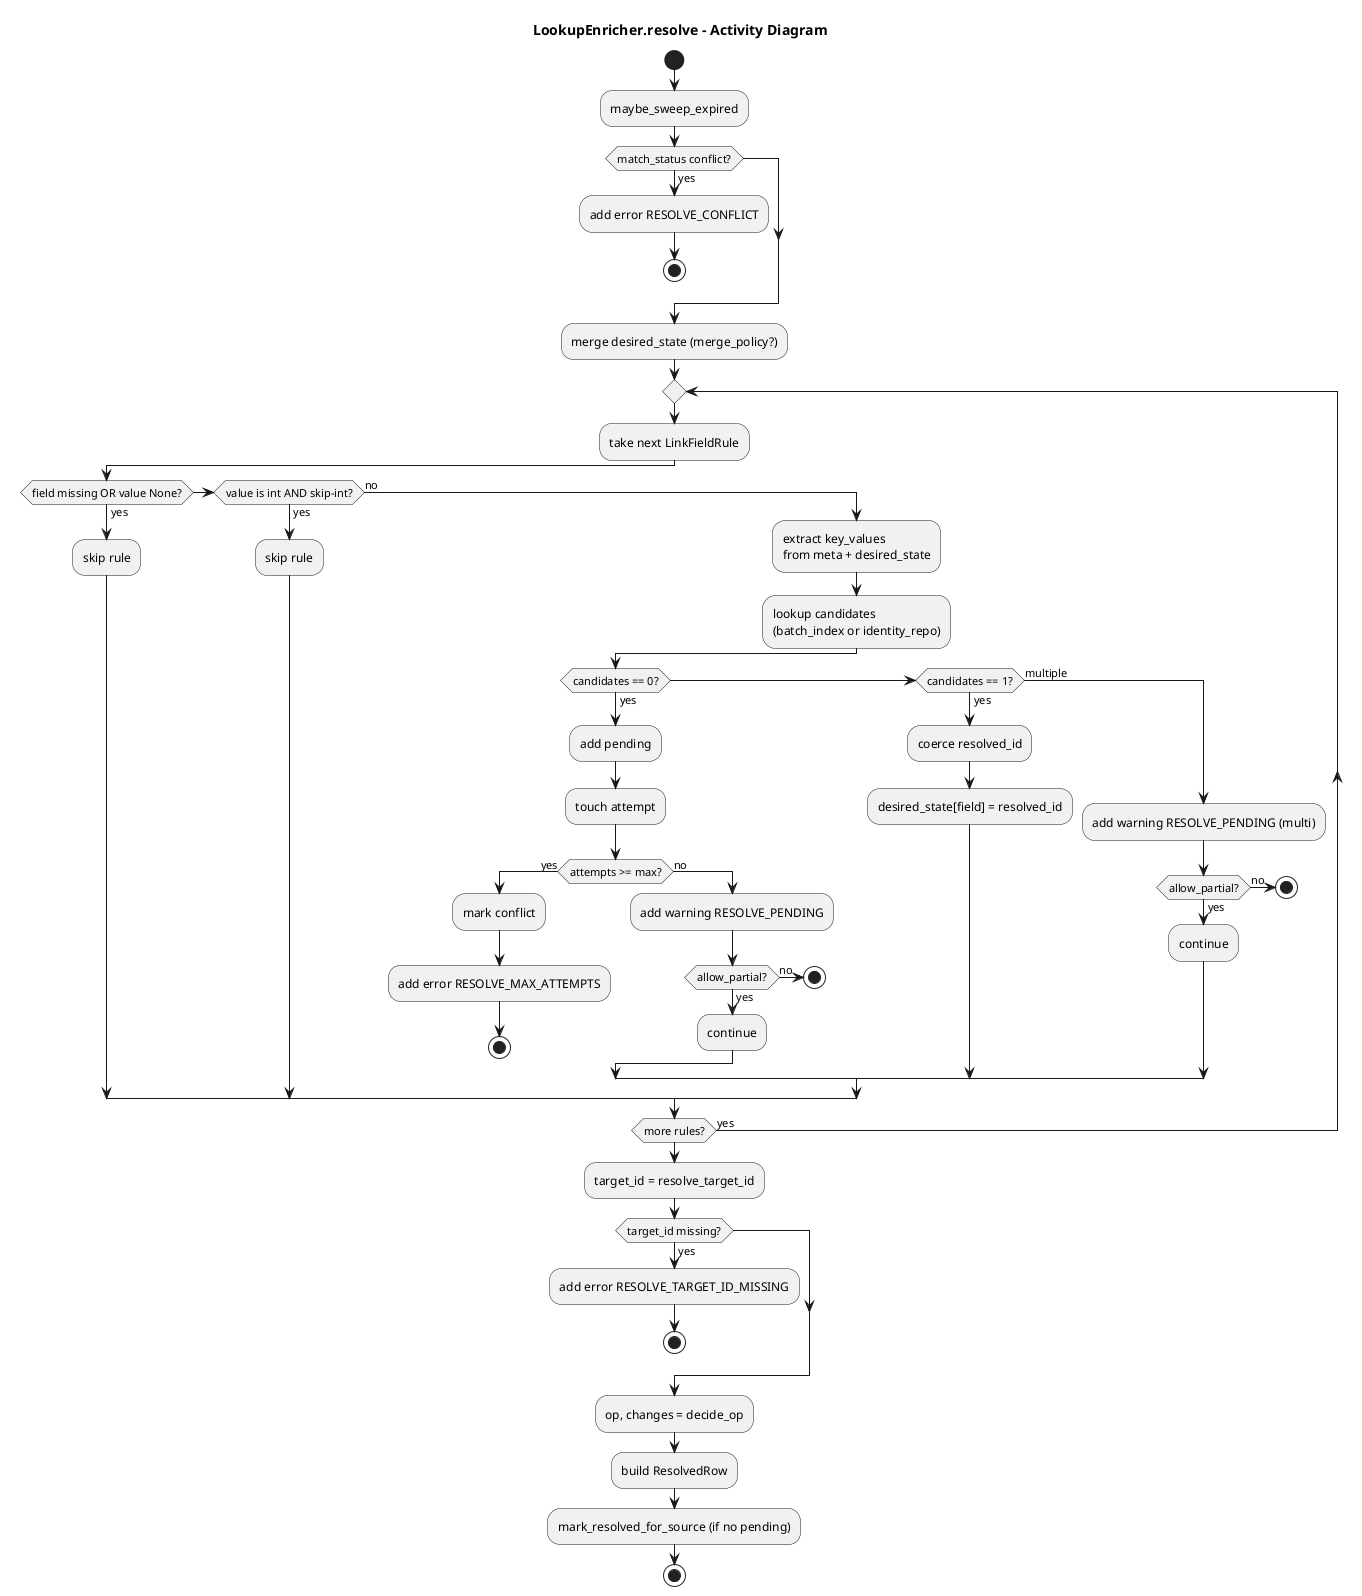
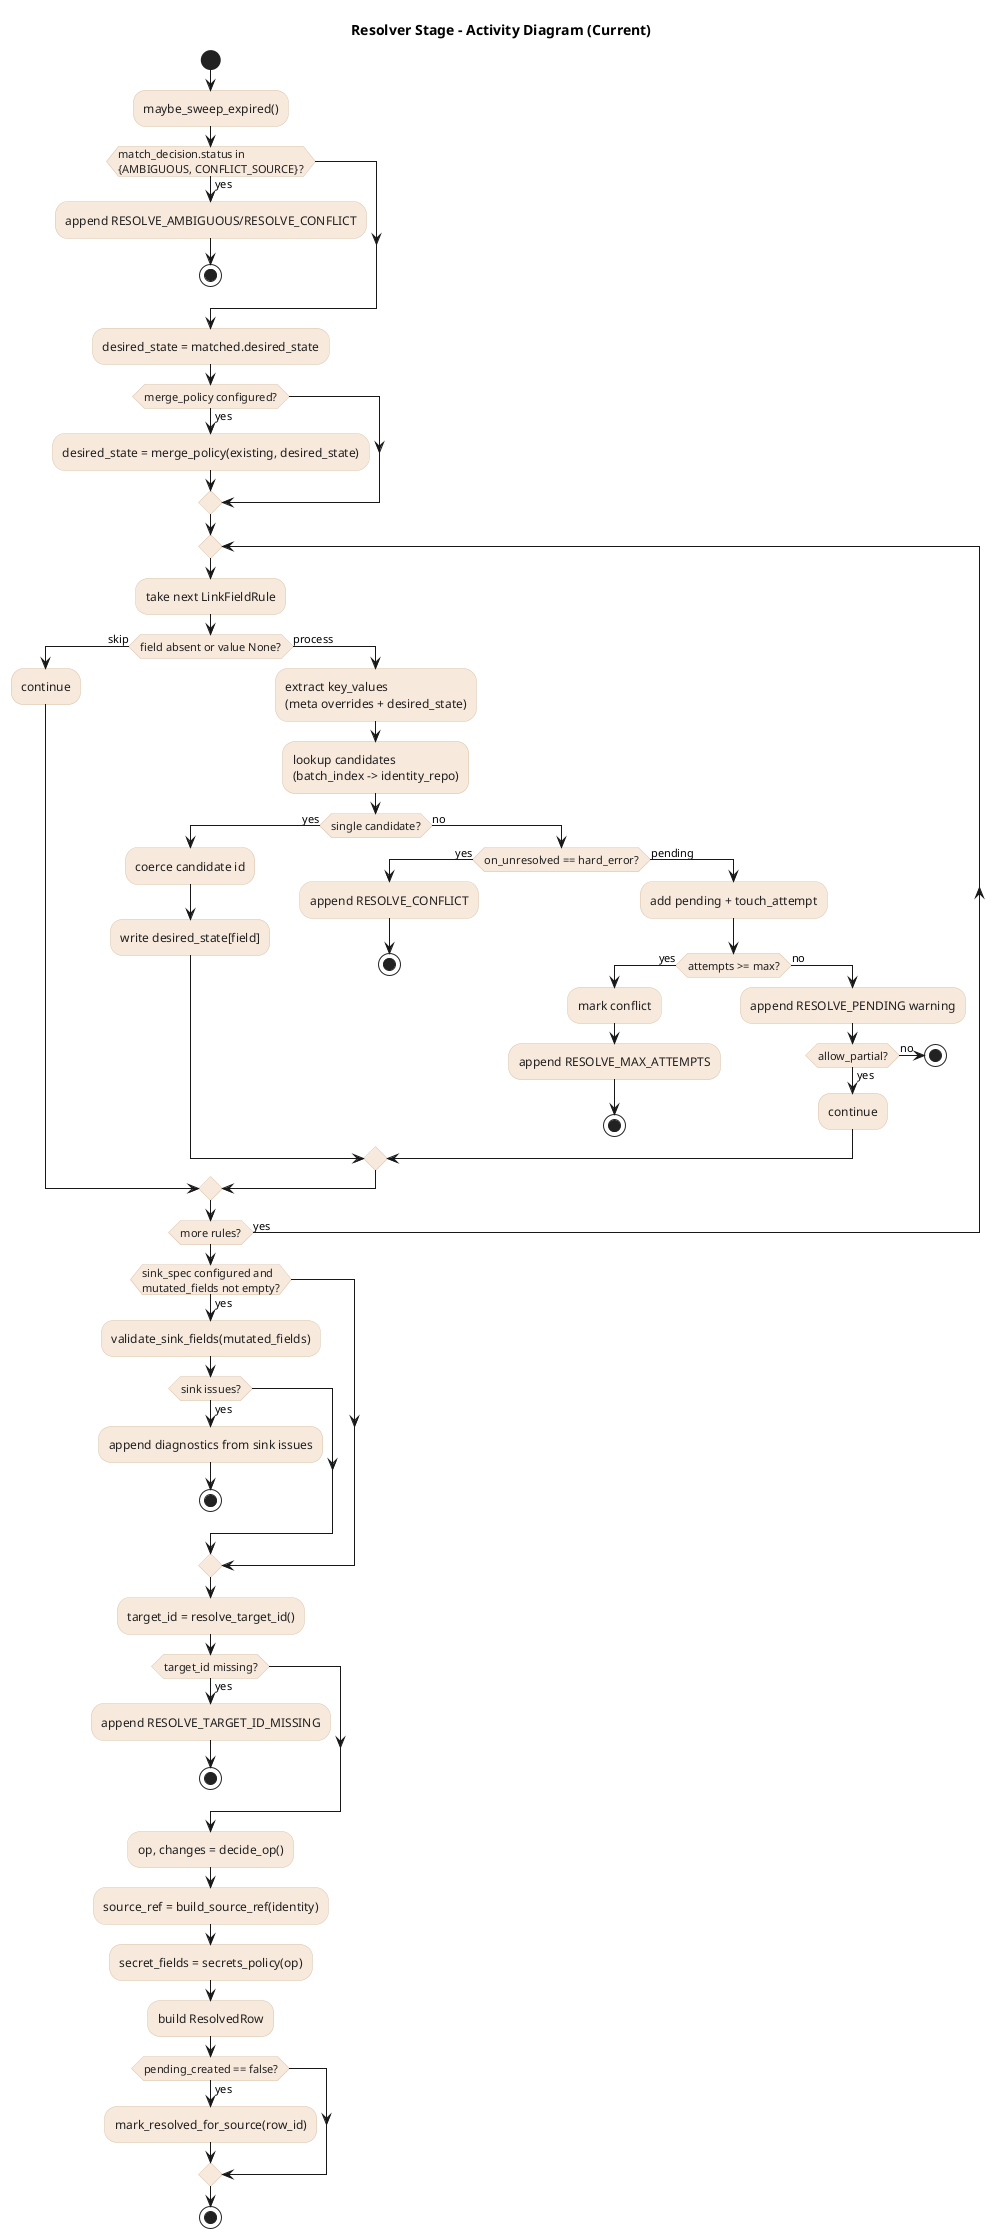
@startuml
- title LookupEnricher.resolve - Activity Diagram
+ title Resolver Stage - Activity Diagram (Current)
+ skinparam backgroundColor white
+ skinparam linetype ortho
+ skinparam defaultFontName Arial
+ skinparam activity {
+   BackgroundColor #f7e9dc
+   BorderColor #d9c2a8
+   FontColor #1f1f1f
+ }

start
- :maybe_sweep_expired;
+ :maybe_sweep_expired();

- if (match_status conflict?) then (yes)
-   :add error RESOLVE_CONFLICT;
+ if (match_decision.status in\n{AMBIGUOUS, CONFLICT_SOURCE}?) then (yes)
+   :append RESOLVE_AMBIGUOUS/RESOLVE_CONFLICT;
  stop
endif

- :merge desired_state (merge_policy?);
+ :desired_state = matched.desired_state;
+ if (merge_policy configured?) then (yes)
+   :desired_state = merge_policy(existing, desired_state);
+ endif

repeat
  :take next LinkFieldRule;
-   if (field missing OR value None?) then (yes)
-     :skip rule;
-   elseif (value is int AND skip-int?) then (yes)
-     :skip rule;
-   else (no)
-     :extract key_values
- from meta + desired_state;
-     :lookup candidates
- (batch_index or identity_repo);
-     if (candidates == 0?) then (yes)
-       :add pending;
-       :touch attempt;
-       if (attempts >= max?) then (yes)
-         :mark conflict;
-         :add error RESOLVE_MAX_ATTEMPTS;
+   if (field absent or value None?) then (skip)
+     :continue;
+   else (process)
+     :extract key_values\n(meta overrides + desired_state);
+     :lookup candidates\n(batch_index -> identity_repo);
+     if (single candidate?) then (yes)
+       :coerce candidate id;
+       :write desired_state[field];
+     else (no)
+       if (on_unresolved == hard_error?) then (yes)
+         :append RESOLVE_CONFLICT;
        stop
-       else (no)
-         :add warning RESOLVE_PENDING;
-         if (allow_partial?) then (yes)
-           :continue;
+       else (pending)
+         :add pending + touch_attempt;
+         if (attempts >= max?) then (yes)
+           :mark conflict;
+           :append RESOLVE_MAX_ATTEMPTS;
+           stop
        else (no)
-           stop
+           :append RESOLVE_PENDING warning;
+           if (allow_partial?) then (yes)
+             :continue;
+           else (no)
+             stop
+           endif
        endif
-       endif
-     elseif (candidates == 1?) then (yes)
-       :coerce resolved_id;
-       :desired_state[field] = resolved_id;
-     else (multiple)
-       :add warning RESOLVE_PENDING (multi);
-       if (allow_partial?) then (yes)
-         :continue;
-       else (no)
-         stop
      endif
    endif
  endif
repeat while (more rules?) is (yes)

- :target_id = resolve_target_id;
+ if (sink_spec configured and\nmutated_fields not empty?) then (yes)
+   :validate_sink_fields(mutated_fields);
+   if (sink issues?) then (yes)
+     :append diagnostics from sink issues;
+     stop
+   endif
+ endif
+ 
+ :target_id = resolve_target_id();
if (target_id missing?) then (yes)
-   :add error RESOLVE_TARGET_ID_MISSING;
+   :append RESOLVE_TARGET_ID_MISSING;
  stop
endif

- :op, changes = decide_op;
+ :op, changes = decide_op();
+ :source_ref = build_source_ref(identity);
+ :secret_fields = secrets_policy(op);
:build ResolvedRow;
- :mark_resolved_for_source (if no pending);
+ if (pending_created == false?) then (yes)
+   :mark_resolved_for_source(row_id);
+ endif
stop

@enduml
